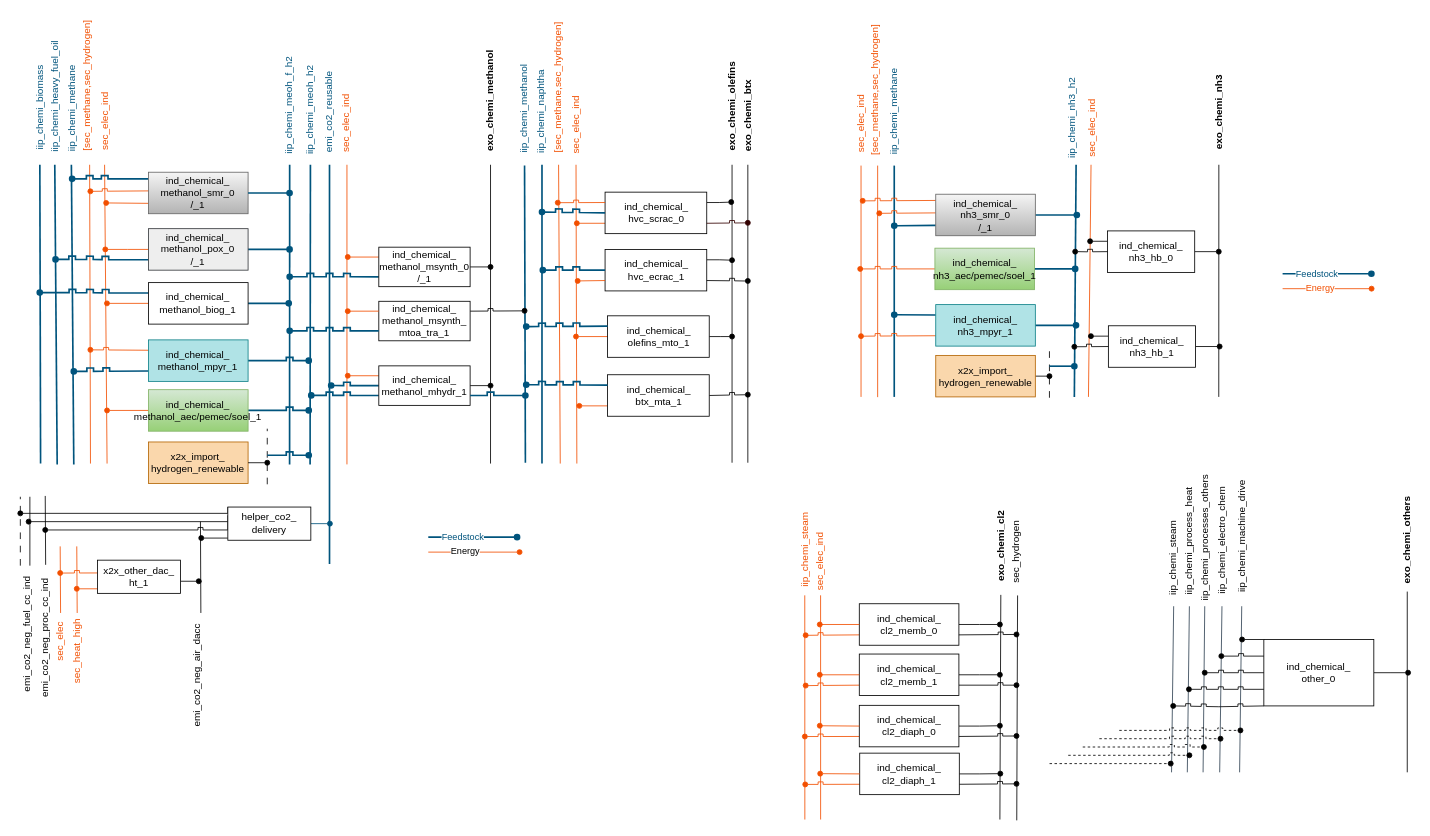
Before: page "Chemi_SEDOS_v01" (4 of 19) of TAM_Industry_RES.drawio in anik-ier/TAM_Industry_RES, a draw.io diagram. Source tidied: cells renumbered, new cells numbered last; positions are measured from the earlier drawing's top-left corner, leaving out a move shared by most shapes. Both pictures are drawn from the tidied source at 83%, with x=0, y=0 at pixel (-30, 21).
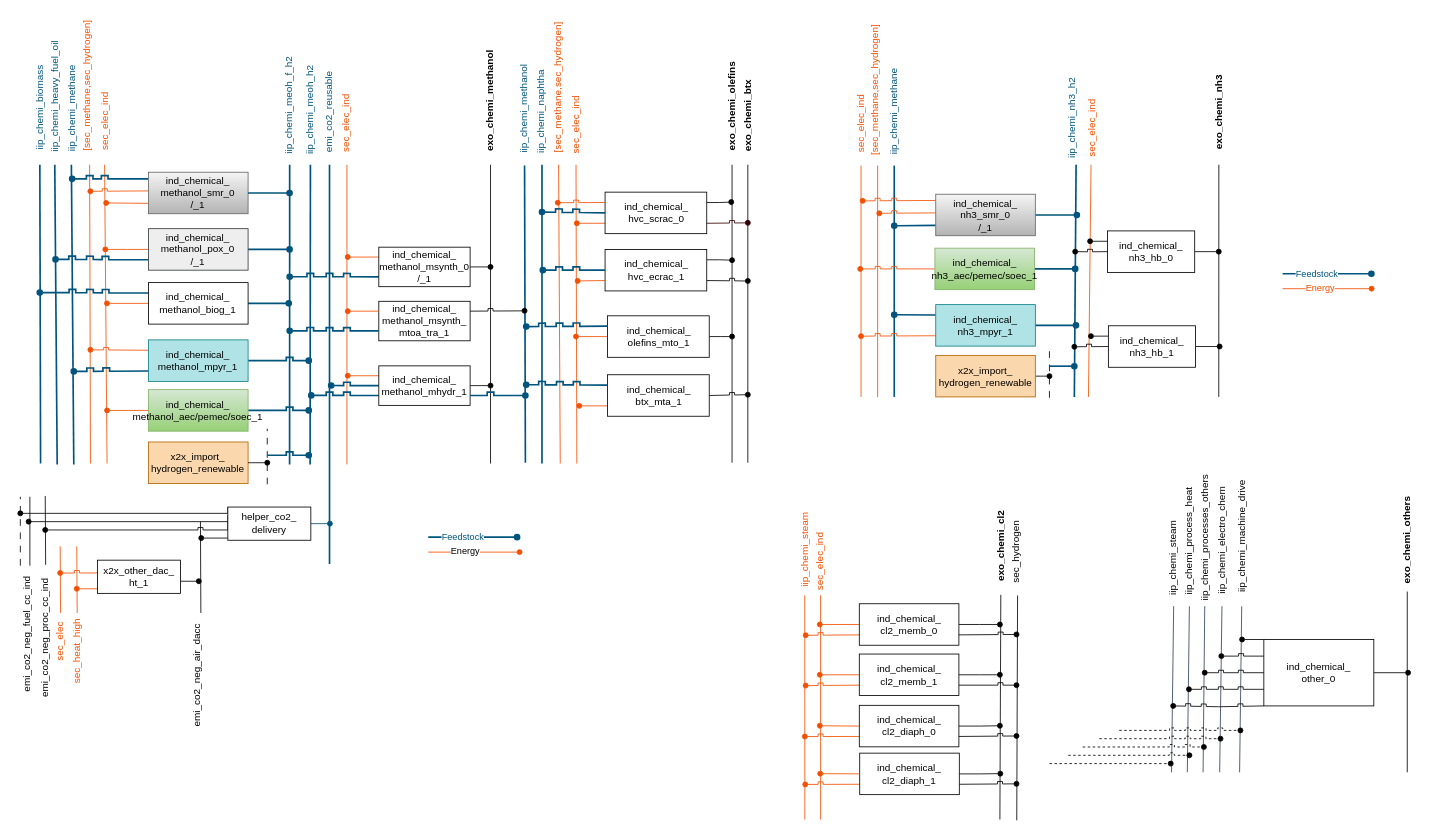
After the change.

The change refers to these unchanged cells:
```xml
<mxCell id="95" style="group;" parent="94" vertex="1">
  <mxGeometry width="385.1" height="243" as="geometry" />
</mxCell>
```

What changed in the source:
```diff
@@
-    <mxCell id="54" value="&lt;div&gt;ind_chemical_&lt;/div&gt;&lt;div&gt;nh3_aec/pemec/soel_1&lt;/div&gt;" style="rounded=0;whiteSpace=wrap;html=1;fillColor=#d5e8d4;gradientColor=#97d077;strokeColor=#82b366;" parent="1" vertex="1">
+    <mxCell id="54" value="&lt;div&gt;ind_chemical_&lt;/div&gt;&lt;div&gt;nh3_aec/pemec/soec_1&lt;/div&gt;" style="rounded=0;whiteSpace=wrap;html=1;fillColor=#d5e8d4;gradientColor=#97d077;strokeColor=#82b366;" parent="1" vertex="1">
       <mxGeometry x="1161.9" y="273.5" width="120" height="50" as="geometry" />
     </mxCell>
@@
-    <mxCell id="113" value="&lt;div&gt;ind_chemical_&lt;/div&gt;&lt;div&gt;methanol_aec/pemec/soel_1&lt;/div&gt;" style="rounded=0;whiteSpace=wrap;html=1;fillColor=#d5e8d4;gradientColor=#97d077;strokeColor=#82b366;" parent="95" vertex="1">
+    <mxCell id="113" value="&lt;div&gt;ind_chemical_&lt;/div&gt;&lt;div&gt;methanol_aec/pemec/soec_1&lt;/div&gt;" style="rounded=0;whiteSpace=wrap;html=1;fillColor=#d5e8d4;gradientColor=#97d077;strokeColor=#82b366;" parent="95" vertex="1">
       <mxGeometry x="118.9" y="125" width="120" height="50" as="geometry" />
     </mxCell>
```
